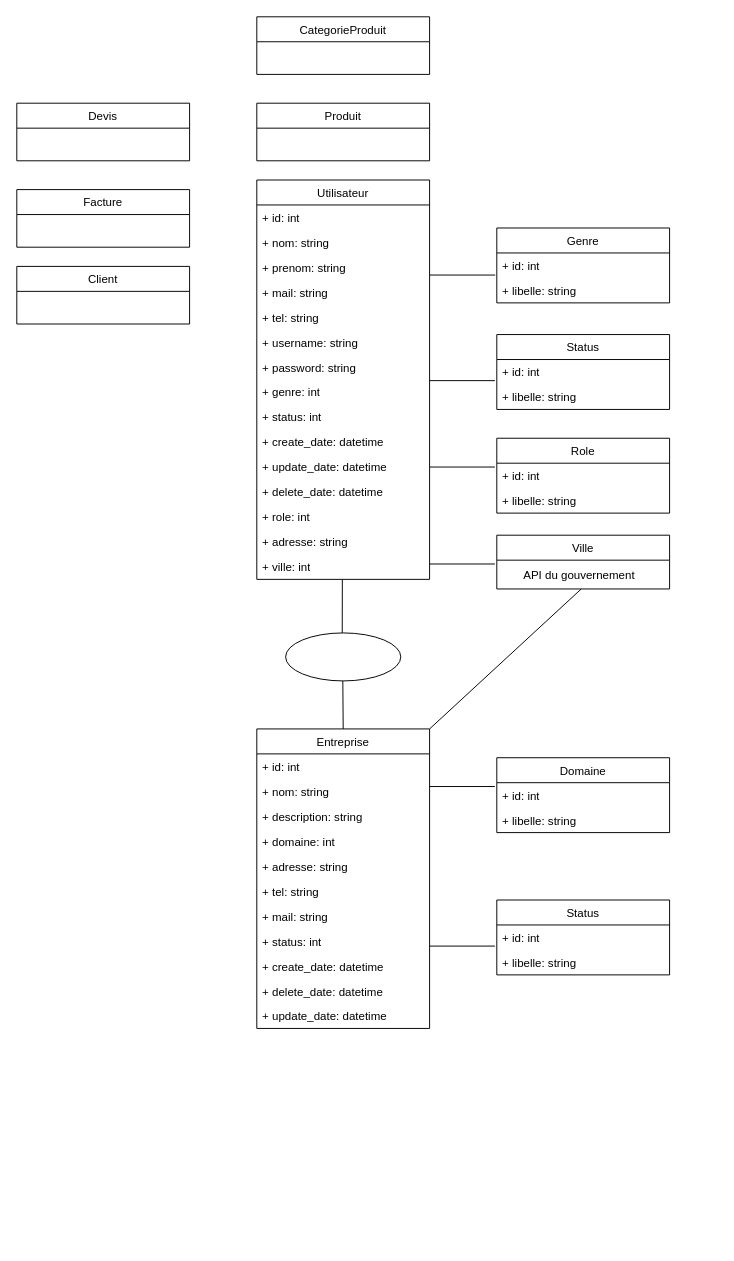
Before: .docs/UML/DDC.drawio in RafaelCoppe/Challenge-S1-4iw2_rattrapage, a draw.io diagram. Source tidied: cells renumbered, new cells numbered last; positions are measured from the earlier drawing's top-left corner, leaving out a move shared by most shapes. Both pictures are drawn from the tidied source at 96%, with x=0, y=0 at pixel (16, 16).
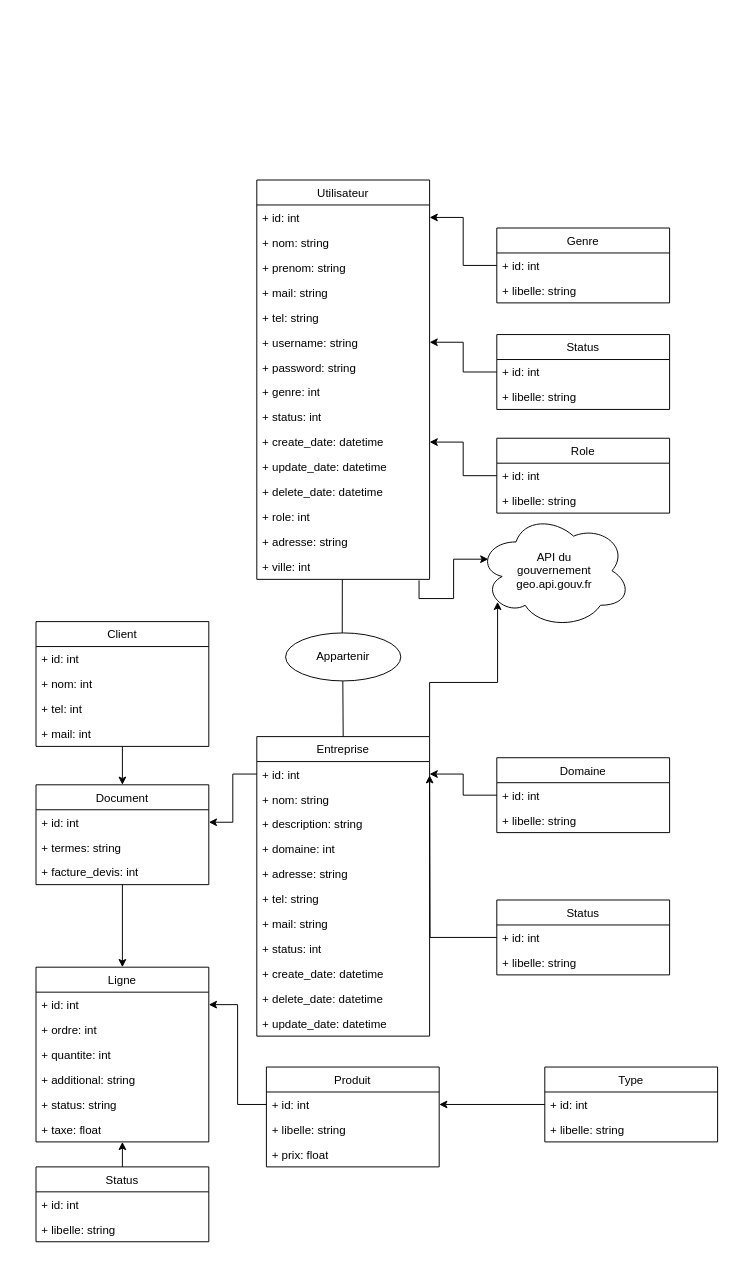
After the change.

Commit message:
deuxiemes modifs du diagramme

Unchanged cells that the change refers to:
```xml
<mxCell id="3" value="&lt;div&gt;+ id: int&amp;nbsp;&amp;nbsp; &lt;br&gt;&lt;/div&gt;&lt;div&gt;&lt;br&gt;&lt;/div&gt;" style="text;strokeColor=none;fillColor=none;align=left;verticalAlign=top;spacingLeft=4;spacingRight=4;overflow=hidden;points=[[0,0.5],[1,0.5]];portConstraint=eastwest;whiteSpace=wrap;html=1;" parent="2" vertex="1">
  <mxGeometry y="26" width="180" height="26" as="geometry" />
</mxCell>
<mxCell id="20" value="+ id: int" style="text;strokeColor=none;fillColor=none;align=left;verticalAlign=top;spacingLeft=4;spacingRight=4;overflow=hidden;points=[[0,0.5],[1,0.5]];portConstraint=eastwest;whiteSpace=wrap;html=1;" parent="19" vertex="1">
  <mxGeometry y="26" width="180" height="26" as="geometry" />
</mxCell>
<mxCell id="25" value="&lt;div&gt;+ username: string&lt;/div&gt;" style="text;strokeColor=none;fillColor=none;align=left;verticalAlign=top;spacingLeft=4;spacingRight=4;overflow=hidden;points=[[0,0.5],[1,0.5]];portConstraint=eastwest;whiteSpace=wrap;html=1;" parent="19" vertex="1">
  <mxGeometry y="156" width="180" height="26" as="geometry" />
</mxCell>
<mxCell id="29" value="+ create_date: datetime" style="text;strokeColor=none;fillColor=none;align=left;verticalAlign=top;spacingLeft=4;spacingRight=4;overflow=hidden;points=[[0,0.5],[1,0.5]];portConstraint=eastwest;whiteSpace=wrap;html=1;" parent="19" vertex="1">
  <mxGeometry y="260" width="180" height="26" as="geometry" />
</mxCell>
<mxCell id="34" value="&lt;div&gt;+ ville: int&lt;/div&gt;&lt;div&gt;&lt;br&gt;&lt;/div&gt;" style="text;strokeColor=none;fillColor=none;align=left;verticalAlign=top;spacingLeft=4;spacingRight=4;overflow=hidden;points=[[0,0.5],[1,0.5]];portConstraint=eastwest;whiteSpace=wrap;html=1;" parent="19" vertex="1">
  <mxGeometry y="390" width="180" height="26" as="geometry" />
</mxCell>
<mxCell id="36" value="+ id: int" style="text;strokeColor=none;fillColor=none;align=left;verticalAlign=top;spacingLeft=4;spacingRight=4;overflow=hidden;points=[[0,0.5],[1,0.5]];portConstraint=eastwest;whiteSpace=wrap;html=1;" parent="35" vertex="1">
  <mxGeometry y="26" width="180" height="26" as="geometry" />
</mxCell>
<mxCell id="37" value="+ libelle: string" style="text;strokeColor=none;fillColor=none;align=left;verticalAlign=top;spacingLeft=4;spacingRight=4;overflow=hidden;points=[[0,0.5],[1,0.5]];portConstraint=eastwest;whiteSpace=wrap;html=1;" parent="35" vertex="1">
  <mxGeometry y="52" width="180" height="26" as="geometry" />
</mxCell>
<mxCell id="39" value="+ id: int" style="text;strokeColor=none;fillColor=none;align=left;verticalAlign=top;spacingLeft=4;spacingRight=4;overflow=hidden;points=[[0,0.5],[1,0.5]];portConstraint=eastwest;whiteSpace=wrap;html=1;" parent="38" vertex="1">
  <mxGeometry y="26" width="180" height="26" as="geometry" />
</mxCell>
<mxCell id="42" value="+ id: int" style="text;strokeColor=none;fillColor=none;align=left;verticalAlign=top;spacingLeft=4;spacingRight=4;overflow=hidden;points=[[0,0.5],[1,0.5]];portConstraint=eastwest;whiteSpace=wrap;html=1;" parent="41" vertex="1">
  <mxGeometry y="26" width="180" height="26" as="geometry" />
</mxCell>
<mxCell id="51" value="+ id: int" style="text;strokeColor=none;fillColor=none;align=left;verticalAlign=top;spacingLeft=4;spacingRight=4;overflow=hidden;points=[[0,0.5],[1,0.5]];portConstraint=eastwest;whiteSpace=wrap;html=1;" parent="50" vertex="1">
  <mxGeometry y="26" width="180" height="26" as="geometry" />
</mxCell>
<mxCell id="61" value="Status" style="swimlane;fontStyle=0;horizontal=1;startSize=26;fillColor=none;" parent="1" vertex="1">
  <mxGeometry x="500" y="920" width="180" height="78" as="geometry" />
</mxCell>
<mxCell id="62" value="+ id: int" style="text;strokeColor=none;fillColor=none;align=left;verticalAlign=top;spacingLeft=4;spacingRight=4;overflow=hidden;points=[[0,0.5],[1,0.5]];portConstraint=eastwest;whiteSpace=wrap;html=1;" parent="61" vertex="1">
  <mxGeometry y="26" width="180" height="26" as="geometry" />
</mxCell>
```

Diff of the diagram source:
```diff
@@
     <mxCell id="2" value="Entreprise" style="swimlane;fontStyle=0;horizontal=1;startSize=26;fillColor=none;" parent="1" vertex="1">
-      <mxGeometry x="250" y="741.8" width="180" height="312" as="geometry" />
+      <mxGeometry x="250" y="749.8" width="180" height="312" as="geometry" />
     </mxCell>
@@
-    <mxCell id="14" value="Devis" style="swimlane;fontStyle=0;horizontal=1;startSize=26;fillColor=none;" parent="1" vertex="1">
-      <mxGeometry y="90" width="180" height="60" as="geometry" />
-    </mxCell>
+    <mxCell id="65" style="edgeStyle=orthogonalEdgeStyle;rounded=0;jettySize=auto;html=1;entryX=0.5;entryY=0;entryDx=0;entryDy=0;" parent="1" edge="1" source="15" target="77">
+      <mxGeometry relative="1" as="geometry" />
+    </mxCell>
-    <mxCell id="15" value="Facture" style="swimlane;fontStyle=0;horizontal=1;startSize=26;fillColor=none;" parent="1" vertex="1">
-      <mxGeometry y="180" width="180" height="60" as="geometry" />
+    <mxCell id="15" value="Document" style="swimlane;fontStyle=0;horizontal=1;startSize=26;fillColor=none;" parent="1" vertex="1">
+      <mxGeometry x="20" y="800" width="180" height="104" as="geometry" />
     </mxCell>
+    <mxCell id="66" value="&lt;div&gt;+ id: int&amp;nbsp;&amp;nbsp; &lt;br&gt;&lt;/div&gt;&lt;div&gt;&lt;br&gt;&lt;/div&gt;" style="text;strokeColor=none;fillColor=none;align=left;verticalAlign=top;spacingLeft=4;spacingRight=4;overflow=hidden;points=[[0,0.5],[1,0.5]];portConstraint=eastwest;whiteSpace=wrap;html=1;" parent="15" vertex="1">
+      <mxGeometry y="26" width="180" height="26" as="geometry" />
+    </mxCell>
+    <mxCell id="67" value="&lt;div&gt;+ termes: string&lt;br&gt;&lt;/div&gt;&lt;div&gt;&lt;br&gt;&lt;/div&gt;" style="text;strokeColor=none;fillColor=none;align=left;verticalAlign=top;spacingLeft=4;spacingRight=4;overflow=hidden;whiteSpace=wrap;html=1;" parent="15" vertex="1">
+      <mxGeometry y="52" width="180" height="26" as="geometry" />
+    </mxCell>
+    <mxCell id="68" value="&lt;div&gt;+ facture_devis: int&lt;br&gt;&lt;/div&gt;&lt;div&gt;&lt;br&gt;&lt;/div&gt;" style="text;strokeColor=none;fillColor=none;align=left;verticalAlign=top;spacingLeft=4;spacingRight=4;overflow=hidden;whiteSpace=wrap;html=1;" parent="15" vertex="1">
+      <mxGeometry y="78" width="180" height="26" as="geometry" />
+    </mxCell>
+    <mxCell id="69" style="edgeStyle=orthogonalEdgeStyle;rounded=0;jettySize=auto;html=1;entryX=0.5;entryY=0;entryDx=0;entryDy=0;" parent="1" edge="1" source="16" target="15">
+      <mxGeometry relative="1" as="geometry" />
+    </mxCell>
     <mxCell id="16" value="Client" style="swimlane;fontStyle=0;horizontal=1;startSize=26;fillColor=none;" parent="1" vertex="1">
-      <mxGeometry y="260" width="180" height="60" as="geometry" />
+      <mxGeometry x="20" y="630" width="180" height="130" as="geometry" />
     </mxCell>
-    <mxCell id="17" value="Produit" style="swimlane;fontStyle=0;horizontal=1;startSize=26;fillColor=none;" parent="1" vertex="1">
-      <mxGeometry x="250" y="90" width="180" height="60" as="geometry" />
-    </mxCell>
-    <mxCell id="18" value="CategorieProduit" style="swimlane;fontStyle=0;horizontal=1;startSize=26;fillColor=none;" parent="1" vertex="1">
-      <mxGeometry x="250" width="180" height="60" as="geometry" />
-    </mxCell>
+    <mxCell id="70" value="&lt;div&gt;+ id: int&amp;nbsp;&amp;nbsp; &lt;br&gt;&lt;/div&gt;&lt;div&gt;&lt;br&gt;&lt;/div&gt;" style="text;strokeColor=none;fillColor=none;align=left;verticalAlign=top;spacingLeft=4;spacingRight=4;overflow=hidden;whiteSpace=wrap;html=1;" parent="16" vertex="1">
+      <mxGeometry y="26" width="180" height="26" as="geometry" />
+    </mxCell>
+    <mxCell id="71" value="&lt;div&gt;+ nom: int&amp;nbsp;&amp;nbsp; &lt;br&gt;&lt;/div&gt;&lt;div&gt;&lt;br&gt;&lt;/div&gt;" style="text;strokeColor=none;fillColor=none;align=left;verticalAlign=top;spacingLeft=4;spacingRight=4;overflow=hidden;whiteSpace=wrap;html=1;" parent="16" vertex="1">
+      <mxGeometry y="52" width="180" height="26" as="geometry" />
+    </mxCell>
+    <mxCell id="72" value="&lt;div&gt;+ tel: int&amp;nbsp;&amp;nbsp; &lt;br&gt;&lt;/div&gt;&lt;div&gt;&lt;br&gt;&lt;/div&gt;" style="text;strokeColor=none;fillColor=none;align=left;verticalAlign=top;spacingLeft=4;spacingRight=4;overflow=hidden;whiteSpace=wrap;html=1;" parent="16" vertex="1">
+      <mxGeometry y="78" width="180" height="26" as="geometry" />
+    </mxCell>
+    <mxCell id="73" value="&lt;div&gt;+ mail: int&amp;nbsp;&amp;nbsp; &lt;br&gt;&lt;/div&gt;&lt;div&gt;&lt;br&gt;&lt;/div&gt;" style="text;strokeColor=none;fillColor=none;align=left;verticalAlign=top;spacingLeft=4;spacingRight=4;overflow=hidden;whiteSpace=wrap;html=1;" parent="16" vertex="1">
+      <mxGeometry y="104" width="180" height="26" as="geometry" />
+    </mxCell>
@@
-    <mxCell id="45" style="endArrow=none;html=1;rounded=0;entryX=-0.009;entryY=-0.115;entryDx=0;entryDy=0;entryPerimeter=0;" parent="1" edge="1" target="37">
-      <mxGeometry relative="1" as="geometry">
-        <mxPoint x="430" y="269" as="sourcePoint" />
-      </mxGeometry>
-    </mxCell>
-    <mxCell id="46" style="endArrow=none;html=1;rounded=0;entryX=-0.009;entryY=-0.115;entryDx=0;entryDy=0;entryPerimeter=0;" parent="1" edge="1">
-      <mxGeometry relative="1" as="geometry">
-        <mxPoint x="430" y="379" as="sourcePoint" />
-        <mxPoint x="498" y="379" as="targetPoint" />
-      </mxGeometry>
-    </mxCell>
-    <mxCell id="47" style="endArrow=none;html=1;rounded=0;entryX=-0.009;entryY=-0.115;entryDx=0;entryDy=0;entryPerimeter=0;" parent="1" edge="1">
-      <mxGeometry relative="1" as="geometry">
-        <mxPoint x="430" y="469" as="sourcePoint" />
-        <mxPoint x="498" y="469" as="targetPoint" />
-      </mxGeometry>
-    </mxCell>
@@
-    <mxCell id="53" style="endArrow=none;html=1;rounded=0;entryX=-0.009;entryY=-0.115;entryDx=0;entryDy=0;entryPerimeter=0;" parent="1" edge="1">
-      <mxGeometry relative="1" as="geometry">
-        <mxPoint x="430" y="801.8" as="sourcePoint" />
-        <mxPoint x="498" y="801.8" as="targetPoint" />
-      </mxGeometry>
-    </mxCell>
-    <mxCell id="54" value="Ville" style="swimlane;fontStyle=0;horizontal=1;startSize=26;fillColor=none;" parent="1" vertex="1">
-      <mxGeometry x="500" y="540" width="180" height="56" as="geometry" />
-    </mxCell>
-    <mxCell id="55" style="shape=table;startSize=0;childLayout=tableLayout;rowLines=0;fontStyle=0;align=center;strokeColor=none;fillColor=none;whiteSpace=wrap;html=1;" parent="54" vertex="1">
-      <mxGeometry y="26" width="180" height="30" as="geometry" />
-    </mxCell>
-    <mxCell id="56" style="shape=tableRow;horizontal=0;startSize=0;swimlaneHead=0;swimlaneBody=0;fillColor=none;points=[[0,0.5],[1,0.5]];portConstraint=eastwest;top=0;left=0;right=0;bottom=0;" parent="55" vertex="1">
-      <mxGeometry width="180" height="30" as="geometry" />
-    </mxCell>
-    <mxCell id="57" style="shape=partialRectangle;fillColor=none;top=0;left=0;bottom=0;right=0;overflow=hidden;" parent="56" vertex="1">
-      <mxGeometry width="20" height="30" as="geometry" />
-    </mxCell>
-    <mxCell id="58" value="API du gouvernement" style="shape=partialRectangle;fillColor=none;top=0;left=0;bottom=0;right=0;align=left;spacingLeft=6;overflow=hidden;" parent="56" vertex="1">
-      <mxGeometry x="20" width="160" height="30" as="geometry" />
-    </mxCell>
-    <mxCell id="59" style="endArrow=none;html=1;rounded=0;entryX=-0.009;entryY=-0.115;entryDx=0;entryDy=0;entryPerimeter=0;" parent="1" edge="1">
-      <mxGeometry relative="1" as="geometry">
-        <mxPoint x="430" y="570" as="sourcePoint" />
-        <mxPoint x="498" y="570" as="targetPoint" />
-      </mxGeometry>
-    </mxCell>
-    <mxCell id="60" style="endArrow=none;html=1;rounded=0;entryX=0.488;entryY=1.004;entryDx=0;entryDy=0;entryPerimeter=0;" parent="1" edge="1" target="56">
-      <mxGeometry relative="1" as="geometry">
-        <mxPoint x="430" y="741.8" as="sourcePoint" />
-      </mxGeometry>
-    </mxCell>
@@
+    <mxCell id="74" style="edgeStyle=orthogonalEdgeStyle;rounded=0;jettySize=auto;html=1;exitX=0;exitY=0.5;exitDx=0;exitDy=0;" parent="61" edge="1" source="62">
+      <mxGeometry relative="1" as="geometry">
+        <mxPoint x="-70" y="-130" as="targetPoint" />
+      </mxGeometry>
+    </mxCell>
@@
-    <mxCell id="64" style="endArrow=none;html=1;rounded=0;entryX=-0.009;entryY=-0.115;entryDx=0;entryDy=0;entryPerimeter=0;" parent="1" edge="1">
-      <mxGeometry relative="1" as="geometry">
-        <mxPoint x="430" y="968" as="sourcePoint" />
-        <mxPoint x="498" y="968" as="targetPoint" />
-      </mxGeometry>
-    </mxCell>
+    <mxCell id="75" style="ellipse;shape=cloud;whiteSpace=wrap;html=1;" parent="1" vertex="1">
+      <mxGeometry x="480" y="517" width="160" height="120" as="geometry" />
+    </mxCell>
+    <mxCell id="76" value="API du gouvernement&lt;br&gt;geo.api.gouv.fr" style="text;html=1;strokeColor=none;fillColor=none;align=center;verticalAlign=middle;whiteSpace=wrap;rounded=0;" parent="1" vertex="1">
+      <mxGeometry x="515" y="554.5" width="90" height="45" as="geometry" />
+    </mxCell>
+    <mxCell id="77" value="Ligne" style="swimlane;fontStyle=0;horizontal=1;startSize=26;fillColor=none;" parent="1" vertex="1">
+      <mxGeometry x="20" y="990" width="180" height="182" as="geometry" />
+    </mxCell>
+    <mxCell id="78" value="&lt;div&gt;+ id: int&amp;nbsp;&amp;nbsp; &lt;br&gt;&lt;/div&gt;&lt;div&gt;&lt;br&gt;&lt;/div&gt;" style="text;strokeColor=none;fillColor=none;align=left;verticalAlign=top;spacingLeft=4;spacingRight=4;overflow=hidden;points=[[0,0.5],[1,0.5]];portConstraint=eastwest;whiteSpace=wrap;html=1;" parent="77" vertex="1">
+      <mxGeometry y="26" width="180" height="26" as="geometry" />
+    </mxCell>
+    <mxCell id="79" value="&lt;div&gt;+ ordre: int&amp;nbsp;&amp;nbsp; &lt;br&gt;&lt;/div&gt;&lt;div&gt;&lt;br&gt;&lt;/div&gt;" style="text;strokeColor=none;fillColor=none;align=left;verticalAlign=top;spacingLeft=4;spacingRight=4;overflow=hidden;whiteSpace=wrap;html=1;" parent="77" vertex="1">
+      <mxGeometry y="52" width="180" height="26" as="geometry" />
+    </mxCell>
+    <mxCell id="80" value="&lt;div&gt;+ quantite: int&amp;nbsp;&amp;nbsp; &lt;br&gt;&lt;/div&gt;&lt;div&gt;&lt;br&gt;&lt;/div&gt;" style="text;strokeColor=none;fillColor=none;align=left;verticalAlign=top;spacingLeft=4;spacingRight=4;overflow=hidden;whiteSpace=wrap;html=1;" parent="77" vertex="1">
+      <mxGeometry y="78" width="180" height="26" as="geometry" />
+    </mxCell>
+    <mxCell id="81" value="&lt;div&gt;+ additional: string&lt;br&gt;&lt;/div&gt;&lt;div&gt;&lt;br&gt;&lt;/div&gt;" style="text;strokeColor=none;fillColor=none;align=left;verticalAlign=top;spacingLeft=4;spacingRight=4;overflow=hidden;whiteSpace=wrap;html=1;" parent="77" vertex="1">
+      <mxGeometry y="104" width="180" height="26" as="geometry" />
+    </mxCell>
+    <mxCell id="82" value="&lt;div&gt;+ status: string&lt;br&gt;&lt;/div&gt;&lt;div&gt;&lt;br&gt;&lt;/div&gt;" style="text;strokeColor=none;fillColor=none;align=left;verticalAlign=top;spacingLeft=4;spacingRight=4;overflow=hidden;whiteSpace=wrap;html=1;" parent="77" vertex="1">
+      <mxGeometry y="130" width="180" height="26" as="geometry" />
+    </mxCell>
+    <mxCell id="83" value="&lt;div&gt;+ taxe: float&lt;br&gt;&lt;/div&gt;&lt;div&gt;&lt;br&gt;&lt;/div&gt;" style="text;strokeColor=none;fillColor=none;align=left;verticalAlign=top;spacingLeft=4;spacingRight=4;overflow=hidden;whiteSpace=wrap;html=1;" parent="77" vertex="1">
+      <mxGeometry y="156" width="180" height="26" as="geometry" />
+    </mxCell>
+    <mxCell id="84" style="edgeStyle=orthogonalEdgeStyle;rounded=0;jettySize=auto;html=1;entryX=1;entryY=0.5;entryDx=0;entryDy=0;" parent="1" edge="1" source="85" target="96">
+      <mxGeometry relative="1" as="geometry" />
+    </mxCell>
+    <mxCell id="85" value="Type" style="swimlane;fontStyle=0;horizontal=1;startSize=26;fillColor=none;" parent="1" vertex="1">
+      <mxGeometry x="550" y="1094" width="180" height="78" as="geometry" />
+    </mxCell>
+    <mxCell id="86" value="&lt;div&gt;+ id: int&amp;nbsp;&amp;nbsp; &lt;br&gt;&lt;/div&gt;&lt;div&gt;&lt;br&gt;&lt;/div&gt;" style="text;strokeColor=none;fillColor=none;align=left;verticalAlign=top;spacingLeft=4;spacingRight=4;overflow=hidden;whiteSpace=wrap;html=1;" parent="85" vertex="1">
+      <mxGeometry y="26" width="180" height="26" as="geometry" />
+    </mxCell>
+    <mxCell id="87" value="&lt;div&gt;+ libelle: string&lt;br&gt;&lt;/div&gt;&lt;div&gt;&lt;br&gt;&lt;/div&gt;" style="text;strokeColor=none;fillColor=none;align=left;verticalAlign=top;spacingLeft=4;spacingRight=4;overflow=hidden;whiteSpace=wrap;html=1;" parent="85" vertex="1">
+      <mxGeometry y="52" width="180" height="26" as="geometry" />
+    </mxCell>
+    <mxCell id="88" value="Appartenir" style="text;html=1;strokeColor=none;fillColor=none;align=center;verticalAlign=middle;whiteSpace=wrap;rounded=0;" parent="1" vertex="1">
+      <mxGeometry x="310" y="652" width="60" height="30" as="geometry" />
+    </mxCell>
+    <mxCell id="89" style="edgeStyle=orthogonalEdgeStyle;rounded=0;jettySize=auto;html=1;exitX=0;exitY=0.5;exitDx=0;exitDy=0;entryX=1;entryY=0.5;entryDx=0;entryDy=0;" parent="1" edge="1" source="3" target="66">
+      <mxGeometry relative="1" as="geometry" />
+    </mxCell>
+    <mxCell id="90" style="edgeStyle=orthogonalEdgeStyle;rounded=0;jettySize=auto;html=1;exitX=0;exitY=0.5;exitDx=0;exitDy=0;entryX=1;entryY=0.5;entryDx=0;entryDy=0;" parent="1" edge="1" source="51" target="3">
+      <mxGeometry relative="1" as="geometry" />
+    </mxCell>
+    <mxCell id="91" style="edgeStyle=orthogonalEdgeStyle;rounded=0;jettySize=auto;html=1;entryX=0.07;entryY=0.4;entryDx=0;entryDy=0;entryPerimeter=0;exitX=0.939;exitY=1.038;exitDx=0;exitDy=0;exitPerimeter=0;" parent="1" edge="1" source="34" target="75">
+      <mxGeometry relative="1" as="geometry" />
+    </mxCell>
+    <mxCell id="92" style="edgeStyle=orthogonalEdgeStyle;rounded=0;jettySize=auto;html=1;exitX=1;exitY=0;exitDx=0;exitDy=0;entryX=0.13;entryY=0.77;entryDx=0;entryDy=0;entryPerimeter=0;" parent="1" edge="1" source="2" target="75">
+      <mxGeometry relative="1" as="geometry" />
+    </mxCell>
+    <mxCell id="93" style="edgeStyle=orthogonalEdgeStyle;rounded=0;jettySize=auto;html=1;exitX=0;exitY=0.5;exitDx=0;exitDy=0;entryX=1;entryY=0.5;entryDx=0;entryDy=0;" parent="1" edge="1" source="36" target="20">
+      <mxGeometry relative="1" as="geometry" />
+    </mxCell>
+    <mxCell id="94" style="edgeStyle=orthogonalEdgeStyle;rounded=0;jettySize=auto;html=1;exitX=0;exitY=0.5;exitDx=0;exitDy=0;entryX=1;entryY=0.5;entryDx=0;entryDy=0;" parent="1" edge="1" source="39" target="25">
+      <mxGeometry relative="1" as="geometry" />
+    </mxCell>
+    <mxCell id="95" style="edgeStyle=orthogonalEdgeStyle;rounded=0;jettySize=auto;html=1;exitX=0;exitY=0.5;exitDx=0;exitDy=0;entryX=1;entryY=0.5;entryDx=0;entryDy=0;" parent="1" edge="1" source="42" target="29">
+      <mxGeometry relative="1" as="geometry" />
+    </mxCell>
+    <mxCell id="17" value="Produit" style="swimlane;fontStyle=0;horizontal=1;startSize=26;fillColor=none;" parent="1" vertex="1">
+      <mxGeometry x="260" y="1094" width="180" height="104" as="geometry" />
+    </mxCell>
+    <mxCell id="96" value="&lt;div&gt;+ id: int&amp;nbsp;&amp;nbsp; &lt;br&gt;&lt;/div&gt;&lt;div&gt;&lt;br&gt;&lt;/div&gt;" style="text;strokeColor=none;fillColor=none;align=left;verticalAlign=top;spacingLeft=4;spacingRight=4;overflow=hidden;points=[[0,0.5],[1,0.5]];portConstraint=eastwest;whiteSpace=wrap;html=1;" parent="17" vertex="1">
+      <mxGeometry y="26" width="180" height="26" as="geometry" />
+    </mxCell>
+    <mxCell id="97" value="&lt;div&gt;+ libelle: string&lt;br&gt;&lt;/div&gt;&lt;div&gt;&lt;br&gt;&lt;/div&gt;" style="text;strokeColor=none;fillColor=none;align=left;verticalAlign=top;spacingLeft=4;spacingRight=4;overflow=hidden;whiteSpace=wrap;html=1;" parent="17" vertex="1">
+      <mxGeometry y="52" width="180" height="26" as="geometry" />
+    </mxCell>
+    <mxCell id="98" value="&lt;div&gt;+ prix: float&lt;br&gt;&lt;/div&gt;&lt;div&gt;&lt;br&gt;&lt;/div&gt;" style="text;strokeColor=none;fillColor=none;align=left;verticalAlign=top;spacingLeft=4;spacingRight=4;overflow=hidden;whiteSpace=wrap;html=1;" parent="17" vertex="1">
+      <mxGeometry y="78" width="180" height="26" as="geometry" />
+    </mxCell>
+    <mxCell id="99" style="edgeStyle=orthogonalEdgeStyle;rounded=0;jettySize=auto;html=1;exitX=0;exitY=0.5;exitDx=0;exitDy=0;entryX=1;entryY=0.5;entryDx=0;entryDy=0;" parent="1" edge="1" source="96" target="78">
+      <mxGeometry relative="1" as="geometry" />
+    </mxCell>
+    <mxCell id="100" style="edgeStyle=orthogonalEdgeStyle;rounded=0;jettySize=auto;html=1;exitX=0.5;exitY=0;exitDx=0;exitDy=0;entryX=0.5;entryY=1;entryDx=0;entryDy=0;" parent="1" edge="1" source="101" target="77">
+      <mxGeometry relative="1" as="geometry" />
+    </mxCell>
+    <mxCell id="101" value="Status" style="swimlane;fontStyle=0;horizontal=1;startSize=26;fillColor=none;" parent="1" vertex="1">
+      <mxGeometry x="20" y="1198" width="180" height="78" as="geometry" />
+    </mxCell>
+    <mxCell id="102" value="+ id: int" style="text;strokeColor=none;fillColor=none;align=left;verticalAlign=top;spacingLeft=4;spacingRight=4;overflow=hidden;whiteSpace=wrap;html=1;" parent="101" vertex="1">
+      <mxGeometry y="26" width="180" height="26" as="geometry" />
+    </mxCell>
+    <mxCell id="103" value="+ libelle: string" style="text;strokeColor=none;fillColor=none;align=left;verticalAlign=top;spacingLeft=4;spacingRight=4;overflow=hidden;whiteSpace=wrap;html=1;" parent="101" vertex="1">
+      <mxGeometry y="52" width="180" height="26" as="geometry" />
+    </mxCell>
```
